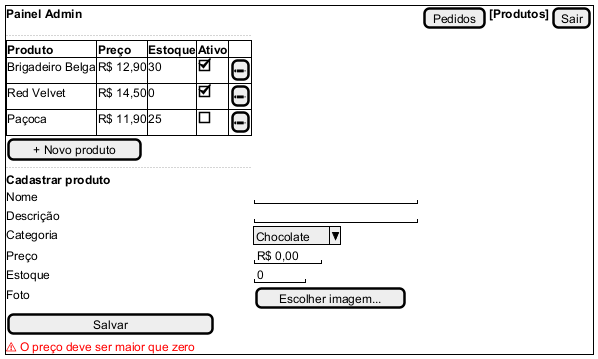
Above: docs/situacao-1/ihc/img/admin-produtos.png in ErickSantox/Cupcakes-app (PlantUML), before the change. Its diagram source:
```plantuml
@startsalt admin-produtos
{+
  <b>Painel Admin</b> | . | [Pedidos] | <b>[Produtos]</b> | [Sair]
  ..
  {#
    <b>Produto</b> | <b>Preço</b> | <b>Estoque</b> | <b>Ativo</b> | .
    Brigadeiro Belga | R$ 12,90 | 30 | [X] | [✏]
    Red Velvet | R$ 14,50 | 0 | [X] | [✏]
    Paçoca | R$ 11,90 | 25 | [ ] | [✏]
  }
  [ + Novo produto ]
  ..
  <b>Cadastrar produto</b>
  Nome | "                    "
  Descrição | "                    "
  Categoria | ^Chocolate^
  Preço | "R$ 0,00 "
  Estoque | "0     "
  Foto | [Escolher imagem...]
  [         Salvar          ]
  <color:red>⚠ O preço deve ser maior que zero</color>
}
@endsalt
```
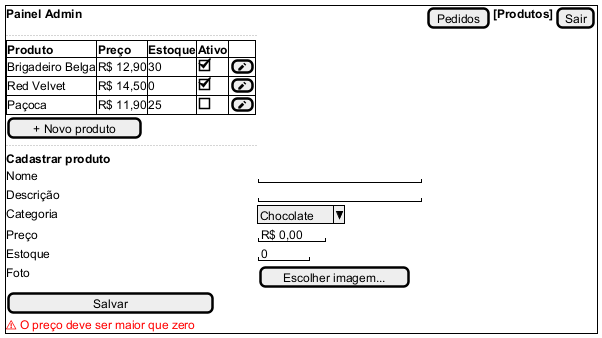
The same file after the commit.

Diff of the diagram source:
```diff
@@ -4,9 +4,9 @@
   ..
   {#
     <b>Produto</b> | <b>Preço</b> | <b>Estoque</b> | <b>Ativo</b> | .
-    Brigadeiro Belga | R$ 12,90 | 30 | [X] | [✏]
-    Red Velvet | R$ 14,50 | 0 | [X] | [✏]
-    Paçoca | R$ 11,90 | 25 | [ ] | [✏]
+    Brigadeiro Belga | R$ 12,90 | 30 | [X] | [<&pencil>]
+    Red Velvet | R$ 14,50 | 0 | [X] | [<&pencil>]
+    Paçoca | R$ 11,90 | 25 | [ ] | [<&pencil>]
   }
   [ + Novo produto ]
   ..
```
